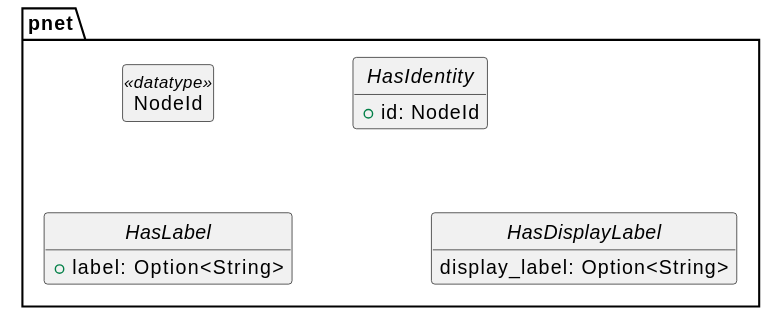
Before: doc/pnets-model-core.svg, a diagram exported from PlantUML (johnstonskj/rust-ptnets).
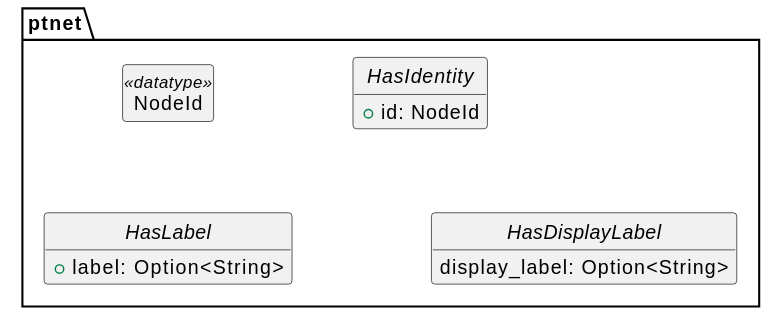
Above is the later version.

The edit, as a diff of the source:
```diff
@@ -7,7 +7,7 @@
 hide circle
 hide empty members
 
-package pnet  {
+package ptnet  {
     class NodeId <<datatype>>
 
     interface HasIdentity {
```
